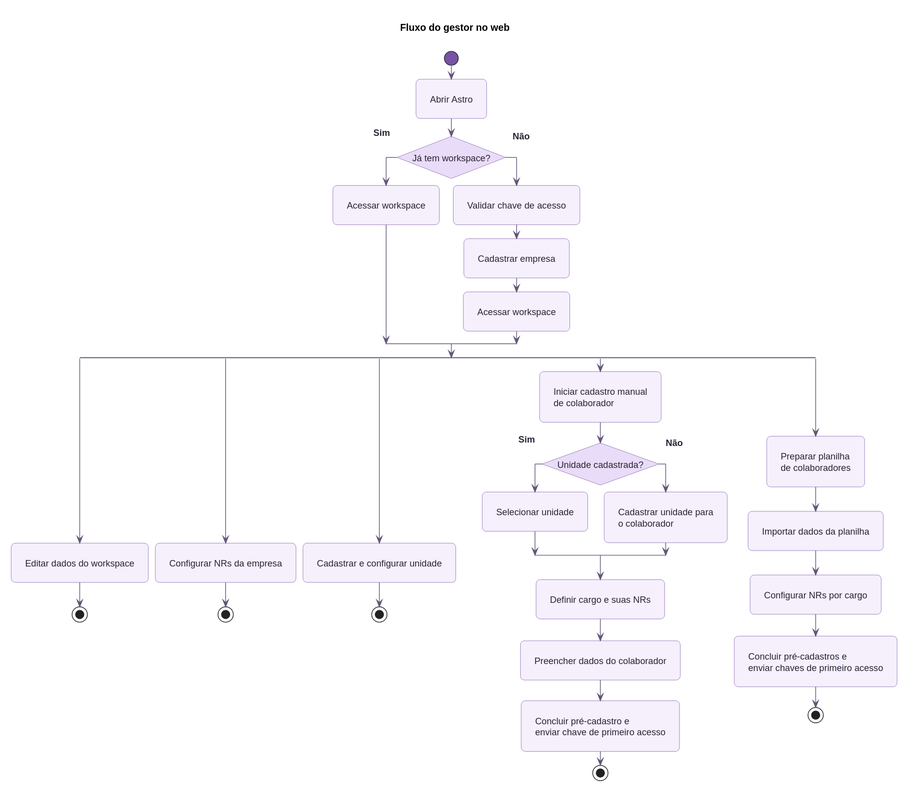
Before: diagrams/rendered/fluxo_gestor.svg, a diagram exported from PlantUML (Astro-Inter/astro-eqs-diagrams).
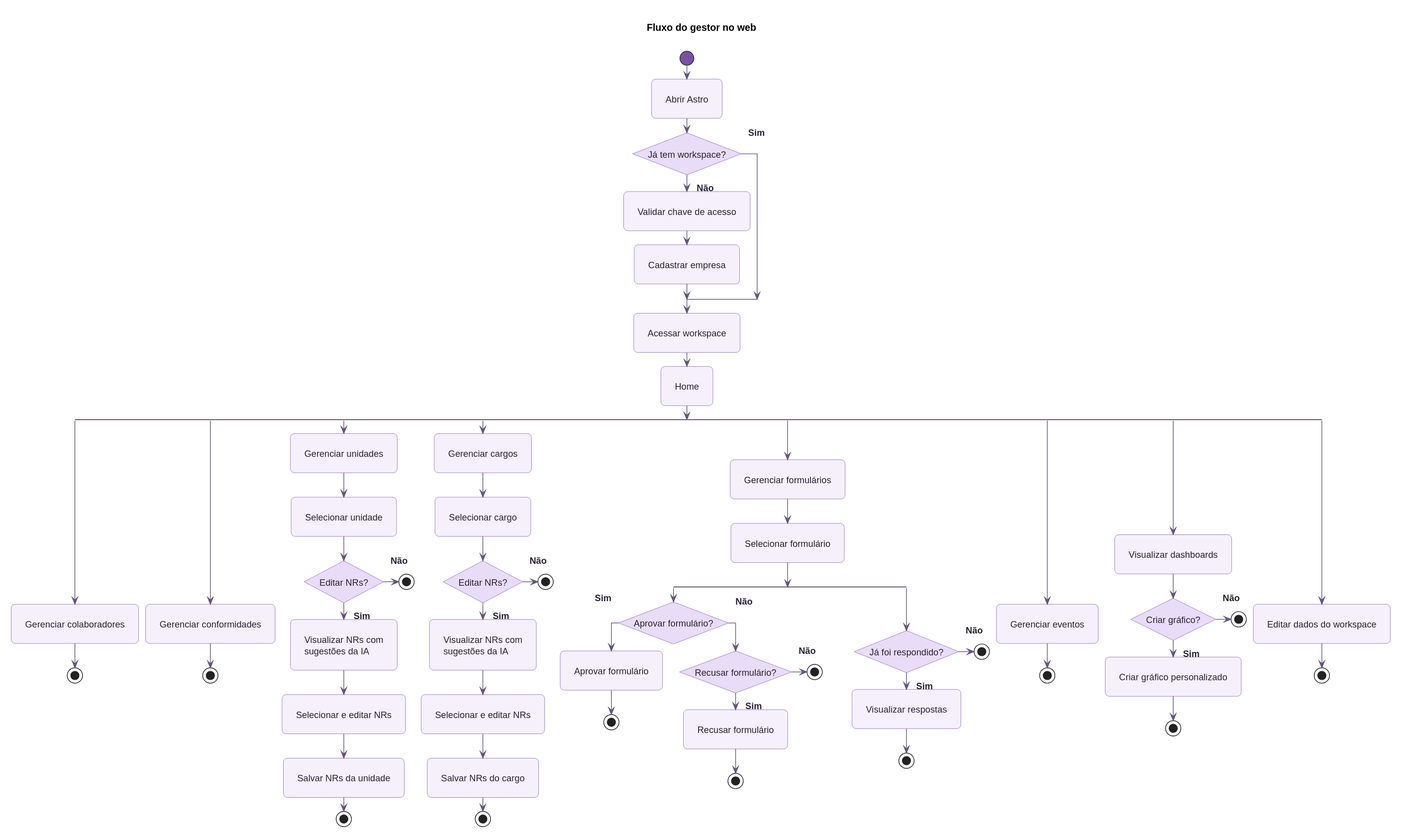
Later version of the same file.

Commit message:
docs(SCRUM-558): atualizar fluxo do gestor web

Change to the diagram source:
```diff
@@ -8,39 +8,93 @@
 
 start
 :Abrir Astro;
+
 if (Já tem workspace?) then (Sim)
-  :Acessar workspace;
 else (Não)
   :Validar chave de acesso;
   :Cadastrar empresa;
-  :Acessar workspace;
 endif
 
+:Acessar workspace;
+:Home;
+
 split
+  :Gerenciar colaboradores;
+  stop
+
+split again
+  :Gerenciar conformidades;
+  stop
+
+split again
+  :Gerenciar unidades;
+  :Selecionar unidade;
+
+  if (Editar NRs?) then (Sim)
+    :Visualizar NRs com\nsugestões da IA;
+    :Selecionar e editar NRs;
+    :Salvar NRs da unidade;
+    stop
+  else (Não)
+    stop
+  endif
+
+split again
+  :Gerenciar cargos;
+  :Selecionar cargo;
+
+  if (Editar NRs?) then (Sim)
+    :Visualizar NRs com\nsugestões da IA;
+    :Selecionar e editar NRs;
+    :Salvar NRs do cargo;
+    stop
+  else (Não)
+    stop
+  endif
+
+split again
+  :Gerenciar formulários;
+  :Selecionar formulário;
+
+  split
+    if (Aprovar formulário?) then (Sim)
+      :Aprovar formulário;
+      stop
+    else (Não)
+      if (Recusar formulário?) then (Sim)
+        :Recusar formulário;
+        stop
+      else (Não)
+        stop
+      endif
+    endif
+
+  split again
+    if (Já foi respondido?) then (Sim)
+      :Visualizar respostas;
+      stop
+    else (Não)
+      stop
+    endif
+  end split
+
+split again
+  :Gerenciar eventos;
+  stop
+
+split again
+  :Visualizar dashboards;
+
+  if (Criar gráfico?) then (Sim)
+    :Criar gráfico personalizado;
+    stop
+  else (Não)
+    stop
+  endif
+
+split again
   :Editar dados do workspace;
   stop
-split again
-  :Configurar NRs da empresa;
-  stop
-split again
-  :Cadastrar e configurar unidade;
-  stop
-split again
-  :Iniciar cadastro manual\nde colaborador;
-  if (Unidade cadastrada?) then (Sim)
-    :Selecionar unidade;
-  else (Não)
-    :Cadastrar unidade para\no colaborador;
-  endif
-  :Definir cargo e suas NRs;
-  :Preencher dados do colaborador;
-  :Concluir pré-cadastro e\nenviar chave de primeiro acesso;
-  stop
-split again
-  :Preparar planilha\nde colaboradores;
-  :Importar dados da planilha;
-  :Configurar NRs por cargo;
-  :Concluir pré-cadastros e\nenviar chaves de primeiro acesso;
-  stop
+
 end split
 @enduml
```
